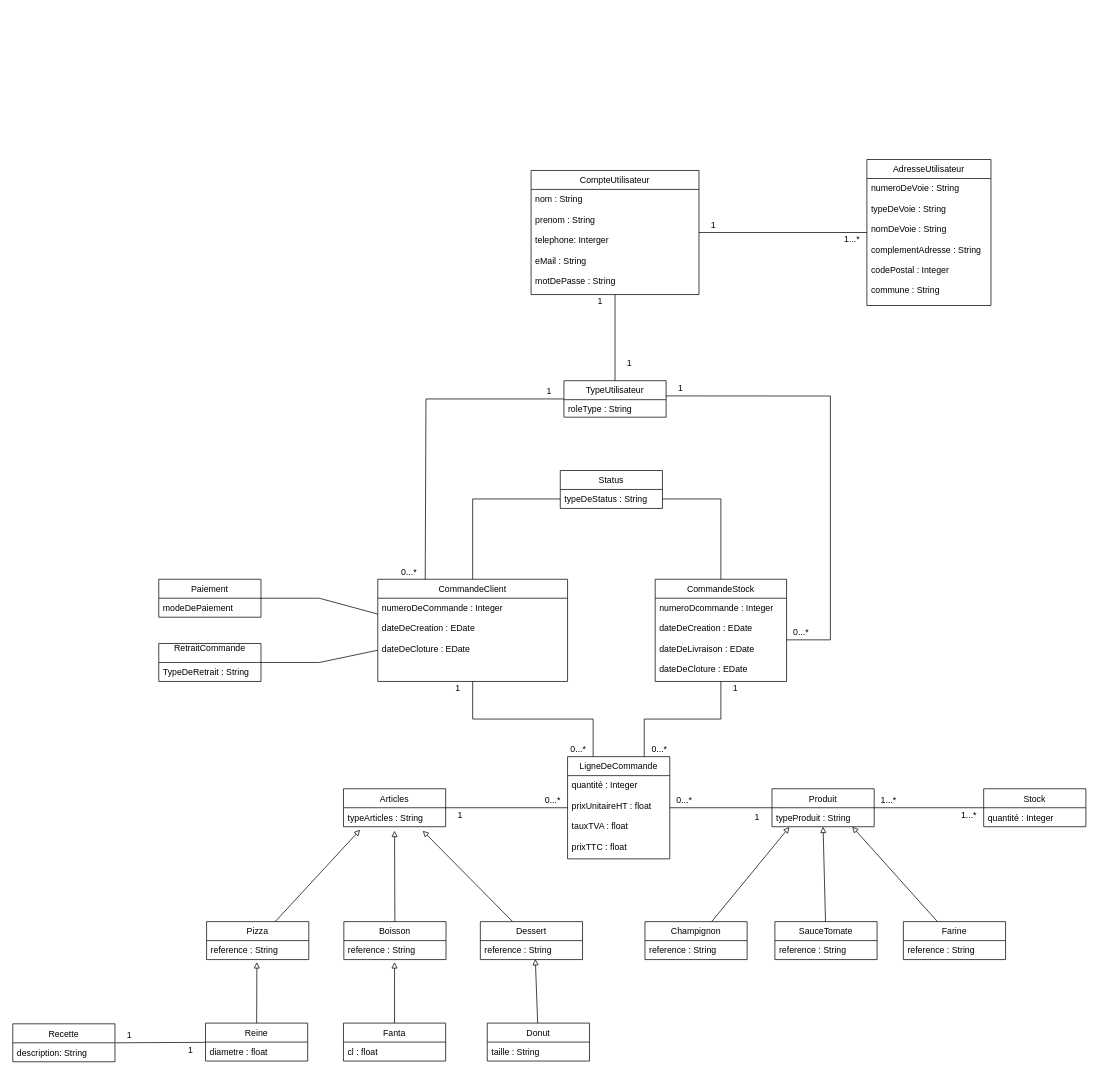
Above: Untitled Diagram TACHE 5.drawio in vinsbld/StechOcPizz (draw.io), before the change. Source tidied: cells renumbered, new cells numbered last; positions are measured from the earlier drawing's top-left corner, leaving out a move shared by most shapes. Both pictures are drawn from the tidied source at 73%, with x=0, y=0 at pixel (12, 159).
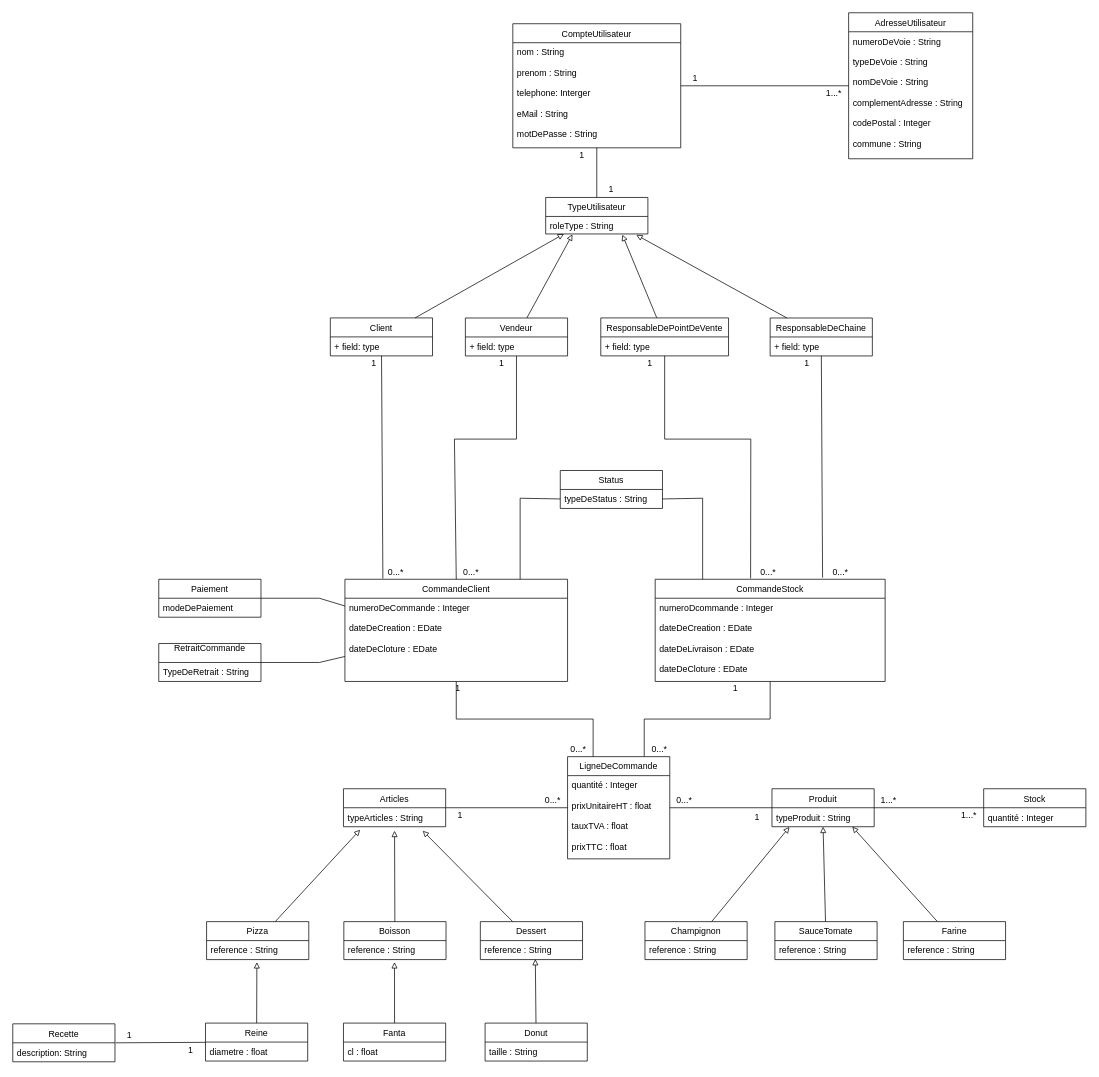
Above is the later version.

Unchanged cells that the change refers to:
```xml
<mxCell id="8" value="typeDeStatus : String&#10;" style="text;strokeColor=none;fillColor=none;align=left;verticalAlign=top;spacingLeft=4;spacingRight=4;overflow=hidden;points=[[0,0.5],[1,0.5]];portConstraint=eastwest;" parent="7" vertex="1">
  <mxGeometry y="26" width="140" height="26" as="geometry" />
</mxCell>
<mxCell id="38" value="roleType : String" style="text;strokeColor=none;fillColor=none;align=left;verticalAlign=top;spacingLeft=4;spacingRight=4;overflow=hidden;points=[[0,0.5],[1,0.5]];portConstraint=eastwest;" parent="37" vertex="1">
  <mxGeometry y="26" width="140" height="24" as="geometry" />
</mxCell>
```

What changed in the source:
```diff
@@
     <mxCell id="3" style="edgeStyle=orthogonalEdgeStyle;rounded=0;jettySize=auto;html=1;entryX=0;entryY=0.5;entryDx=0;entryDy=0;endArrow=none;endFill=0;" parent="1" edge="1" source="5" target="8">
-      <mxGeometry relative="1" as="geometry" />
+      <mxGeometry relative="1" as="geometry">
+        <Array as="points">
+          <mxPoint x="695" y="464" />
+        </Array>
+      </mxGeometry>
     </mxCell>
@@
     <mxCell id="5" value="CommandeClient" style="swimlane;fontStyle=0;horizontal=1;startSize=26;fillColor=none;" parent="1" vertex="1">
-      <mxGeometry x="500" y="575" width="260" height="140" as="geometry" />
+      <mxGeometry x="455" y="575" width="305" height="140" as="geometry" />
     </mxCell>
     <mxCell id="6" value="numeroDeCommande : Integer&#10;&#10;dateDeCreation : EDate&#10;&#10;dateDeCloture : EDate&#10;&#10;" style="text;strokeColor=none;fillColor=none;align=left;verticalAlign=top;spacingLeft=4;spacingRight=4;overflow=hidden;points=[[0,0.5],[1,0.5]];portConstraint=eastwest;" parent="5" vertex="1">
-      <mxGeometry y="26" width="260" height="114" as="geometry" />
+      <mxGeometry y="26" width="305" height="114" as="geometry" />
     </mxCell>
@@
     <mxCell id="20" style="edgeStyle=orthogonalEdgeStyle;rounded=0;jettySize=auto;html=1;entryX=1;entryY=0.5;entryDx=0;entryDy=0;endArrow=none;endFill=0;" parent="1" edge="1" source="22" target="8">
-      <mxGeometry relative="1" as="geometry" />
+      <mxGeometry relative="1" as="geometry">
+        <Array as="points">
+          <mxPoint x="945" y="464" />
+        </Array>
+      </mxGeometry>
     </mxCell>
@@
     <mxCell id="22" value="CommandeStock" style="swimlane;fontStyle=0;horizontal=1;startSize=26;fillColor=none;" parent="1" vertex="1">
-      <mxGeometry x="880" y="575" width="180" height="140" as="geometry" />
+      <mxGeometry x="880" y="575" width="315" height="140" as="geometry" />
     </mxCell>
     <mxCell id="23" value="numeroDcommande : Integer&#10;&#10;dateDeCreation : EDate&#10;&#10;dateDeLivraison : EDate&#10;&#10;dateDeCloture : EDate&#10;" style="text;strokeColor=none;fillColor=none;align=left;verticalAlign=top;spacingLeft=4;spacingRight=4;overflow=hidden;points=[[0,0.5],[1,0.5]];portConstraint=eastwest;" parent="22" vertex="1">
-      <mxGeometry y="26" width="180" height="114" as="geometry" />
+      <mxGeometry y="26" width="315" height="114" as="geometry" />
     </mxCell>
@@
     <mxCell id="27" value="CompteUtilisateur" style="swimlane;fontStyle=0;horizontal=1;startSize=26;fillColor=none;" parent="1" vertex="1">
-      <mxGeometry x="710" y="15" width="230" height="170" as="geometry" />
+      <mxGeometry x="685" y="-186" width="230" height="170" as="geometry" />
     </mxCell>
@@
     <mxCell id="29" value="AdresseUtilisateur" style="swimlane;fontStyle=0;horizontal=1;startSize=26;fillColor=none;" parent="1" vertex="1">
-      <mxGeometry x="1170" width="170" height="200" as="geometry" />
+      <mxGeometry x="1145" y="-201" width="170" height="200" as="geometry" />
     </mxCell>
@@
     <mxCell id="32" value="1" style="text;html=1;strokeColor=none;fillColor=none;align=center;verticalAlign=middle;whiteSpace=wrap;rounded=0;" parent="1" vertex="1">
-      <mxGeometry x="940" y="80" width="40" height="20" as="geometry" />
+      <mxGeometry x="915" y="-121" width="40" height="20" as="geometry" />
     </mxCell>
     <mxCell id="33" value="1...*" style="text;html=1;strokeColor=none;fillColor=none;align=center;verticalAlign=middle;whiteSpace=wrap;rounded=0;" parent="1" vertex="1">
-      <mxGeometry x="1130" y="100" width="40" height="20" as="geometry" />
+      <mxGeometry x="1105" y="-101" width="40" height="20" as="geometry" />
     </mxCell>
@@
-    <mxCell id="35" style="edgeStyle=none;rounded=0;jettySize=auto;html=1;endArrow=none;endFill=0;entryX=1;entryY=0.5;entryDx=0;entryDy=0;exitX=0.995;exitY=0.417;exitDx=0;exitDy=0;exitPerimeter=0;" parent="1" edge="1" source="37" target="23">
-      <mxGeometry relative="1" as="geometry">
-        <Array as="points">
-          <mxPoint x="1120" y="324" />
-          <mxPoint x="1120" y="658" />
-        </Array>
-      </mxGeometry>
-    </mxCell>
-    <mxCell id="36" style="edgeStyle=none;rounded=0;jettySize=auto;html=1;entryX=0.25;entryY=0;entryDx=0;entryDy=0;endArrow=none;endFill=0;" parent="1" edge="1" source="37" target="5">
-      <mxGeometry relative="1" as="geometry">
-        <Array as="points">
-          <mxPoint x="566" y="328" />
-        </Array>
-      </mxGeometry>
-    </mxCell>
     <mxCell id="37" value="TypeUtilisateur" style="swimlane;fontStyle=0;horizontal=1;startSize=26;fillColor=none;" parent="1" vertex="1">
-      <mxGeometry x="755" y="303" width="140" height="50" as="geometry" />
+      <mxGeometry x="730" y="52" width="140" height="50" as="geometry" />
     </mxCell>
@@
     <mxCell id="39" value="1" style="text;html=1;strokeColor=none;fillColor=none;align=center;verticalAlign=middle;whiteSpace=wrap;rounded=0;" parent="1" vertex="1">
-      <mxGeometry x="785" y="185" width="40" height="20" as="geometry" />
+      <mxGeometry x="760" y="-16" width="40" height="20" as="geometry" />
     </mxCell>
-    <mxCell id="40" value="1" style="text;html=1;strokeColor=none;fillColor=none;align=center;verticalAlign=middle;whiteSpace=wrap;rounded=0;" parent="1" vertex="1">
-      <mxGeometry x="825" y="270" width="40" height="20" as="geometry" />
-    </mxCell>
-    <mxCell id="41" value="1" style="text;html=1;strokeColor=none;fillColor=none;align=center;verticalAlign=middle;whiteSpace=wrap;rounded=0;" parent="1" vertex="1">
-      <mxGeometry x="895" y="303" width="40" height="20" as="geometry" />
-    </mxCell>
-    <mxCell id="42" value="0...*" style="text;html=1;strokeColor=none;fillColor=none;align=center;verticalAlign=middle;whiteSpace=wrap;rounded=0;" parent="1" vertex="1">
-      <mxGeometry x="1060" y="638" width="40" height="20" as="geometry" />
-    </mxCell>
     <mxCell id="43" value="0...*" style="text;html=1;strokeColor=none;fillColor=none;align=center;verticalAlign=middle;whiteSpace=wrap;rounded=0;" parent="1" vertex="1">
-      <mxGeometry x="523" y="555" width="40" height="20" as="geometry" />
+      <mxGeometry x="505" y="555" width="40" height="20" as="geometry" />
     </mxCell>
-    <mxCell id="44" value="1" style="text;html=1;strokeColor=none;fillColor=none;align=center;verticalAlign=middle;whiteSpace=wrap;rounded=0;" parent="1" vertex="1">
-      <mxGeometry x="715" y="308" width="40" height="20" as="geometry" />
-    </mxCell>
@@
     <mxCell id="83" value="Donut" style="swimlane;fontStyle=0;horizontal=1;startSize=26;fillColor=none;" parent="1" vertex="1">
-      <mxGeometry x="650" y="1183" width="140" height="52" as="geometry" />
+      <mxGeometry x="647" y="1183" width="140" height="52" as="geometry" />
     </mxCell>
@@
+    <mxCell id="89" value="1" style="text;html=1;strokeColor=none;fillColor=none;align=center;verticalAlign=middle;whiteSpace=wrap;rounded=0;" parent="1" vertex="1">
+      <mxGeometry x="800" y="31" width="40" height="20" as="geometry" />
+    </mxCell>
+    <mxCell id="90" style="edgeStyle=none;rounded=0;jettySize=auto;html=1;endArrow=block;endFill=0;" parent="1" edge="1" source="92">
+      <mxGeometry relative="1" as="geometry">
+        <mxPoint x="755" y="102" as="targetPoint" />
+      </mxGeometry>
+    </mxCell>
+    <mxCell id="91" style="edgeStyle=none;rounded=0;jettySize=auto;html=1;endArrow=none;endFill=0;" parent="1" edge="1" source="92">
+      <mxGeometry relative="1" as="geometry">
+        <mxPoint x="507" y="574" as="targetPoint" />
+      </mxGeometry>
+    </mxCell>
+    <mxCell id="92" value="Client" style="swimlane;fontStyle=0;horizontal=1;startSize=26;fillColor=none;" parent="1" vertex="1">
+      <mxGeometry x="435" y="217" width="140" height="52" as="geometry" />
+    </mxCell>
+    <mxCell id="93" value="+ field: type" style="text;strokeColor=none;fillColor=none;align=left;verticalAlign=top;spacingLeft=4;spacingRight=4;overflow=hidden;" parent="92" vertex="1">
+      <mxGeometry y="26" width="140" height="26" as="geometry" />
+    </mxCell>
+    <mxCell id="94" style="edgeStyle=none;rounded=0;jettySize=auto;html=1;entryX=0.262;entryY=1.024;entryDx=0;entryDy=0;entryPerimeter=0;endArrow=block;endFill=0;" parent="1" edge="1" source="96" target="38">
+      <mxGeometry relative="1" as="geometry" />
+    </mxCell>
+    <mxCell id="95" style="edgeStyle=none;rounded=0;jettySize=auto;html=1;endArrow=none;endFill=0;entryX=0.5;entryY=0;entryDx=0;entryDy=0;" parent="1" edge="1" source="96" target="5">
+      <mxGeometry relative="1" as="geometry">
+        <Array as="points">
+          <mxPoint x="690" y="383" />
+          <mxPoint x="605" y="383" />
+        </Array>
+      </mxGeometry>
+    </mxCell>
+    <mxCell id="96" value="Vendeur" style="swimlane;fontStyle=0;horizontal=1;startSize=26;fillColor=none;" parent="1" vertex="1">
+      <mxGeometry x="620" y="217.1" width="140" height="52" as="geometry" />
+    </mxCell>
+    <mxCell id="97" value="+ field: type" style="text;strokeColor=none;fillColor=none;align=left;verticalAlign=top;spacingLeft=4;spacingRight=4;overflow=hidden;" parent="96" vertex="1">
+      <mxGeometry y="26" width="140" height="26" as="geometry" />
+    </mxCell>
+    <mxCell id="98" style="edgeStyle=none;rounded=0;jettySize=auto;html=1;entryX=0.75;entryY=1.042;entryDx=0;entryDy=0;entryPerimeter=0;endArrow=block;endFill=0;" parent="1" edge="1" source="100" target="38">
+      <mxGeometry relative="1" as="geometry" />
+    </mxCell>
+    <mxCell id="99" style="edgeStyle=none;rounded=0;jettySize=auto;html=1;entryX=0.415;entryY=-0.008;entryDx=0;entryDy=0;entryPerimeter=0;endArrow=none;endFill=0;" parent="1" edge="1" source="100" target="22">
+      <mxGeometry relative="1" as="geometry">
+        <Array as="points">
+          <mxPoint x="893" y="383" />
+          <mxPoint x="1011" y="383" />
+        </Array>
+      </mxGeometry>
+    </mxCell>
+    <mxCell id="100" value="ResponsableDePointDeVente" style="swimlane;fontStyle=0;horizontal=1;startSize=26;fillColor=none;" parent="1" vertex="1">
+      <mxGeometry x="805.5" y="217" width="175" height="52" as="geometry" />
+    </mxCell>
+    <mxCell id="101" value="+ field: type" style="text;strokeColor=none;fillColor=none;align=left;verticalAlign=top;spacingLeft=4;spacingRight=4;overflow=hidden;" parent="100" vertex="1">
+      <mxGeometry y="26" width="175" height="26" as="geometry" />
+    </mxCell>
+    <mxCell id="102" style="edgeStyle=none;rounded=0;jettySize=auto;html=1;entryX=0.887;entryY=1.054;entryDx=0;entryDy=0;entryPerimeter=0;endArrow=block;endFill=0;" parent="1" edge="1" source="104" target="38">
+      <mxGeometry relative="1" as="geometry" />
+    </mxCell>
+    <mxCell id="103" style="edgeStyle=none;rounded=0;jettySize=auto;html=1;entryX=0.728;entryY=-0.016;entryDx=0;entryDy=0;entryPerimeter=0;endArrow=none;endFill=0;" parent="1" edge="1" source="104" target="22">
+      <mxGeometry relative="1" as="geometry" />
+    </mxCell>
+    <mxCell id="104" value="ResponsableDeChaine" style="swimlane;fontStyle=0;horizontal=1;startSize=26;fillColor=none;" parent="1" vertex="1">
+      <mxGeometry x="1037.5" y="217.1" width="140" height="52" as="geometry" />
+    </mxCell>
+    <mxCell id="105" value="+ field: type" style="text;strokeColor=none;fillColor=none;align=left;verticalAlign=top;spacingLeft=4;spacingRight=4;overflow=hidden;" parent="104" vertex="1">
+      <mxGeometry y="26" width="140" height="26" as="geometry" />
+    </mxCell>
+    <mxCell id="106" value="1" style="text;html=1;strokeColor=none;fillColor=none;align=center;verticalAlign=middle;whiteSpace=wrap;rounded=0;" parent="1" vertex="1">
+      <mxGeometry x="475" y="269" width="40" height="20" as="geometry" />
+    </mxCell>
+    <mxCell id="107" value="1" style="text;html=1;strokeColor=none;fillColor=none;align=center;verticalAlign=middle;whiteSpace=wrap;rounded=0;" parent="1" vertex="1">
+      <mxGeometry x="650" y="269.5" width="40" height="20" as="geometry" />
+    </mxCell>
+    <mxCell id="108" value="0...*" style="text;html=1;strokeColor=none;fillColor=none;align=center;verticalAlign=middle;whiteSpace=wrap;rounded=0;" parent="1" vertex="1">
+      <mxGeometry x="607.5" y="555" width="40" height="20" as="geometry" />
+    </mxCell>
+    <mxCell id="109" value="1" style="text;html=1;strokeColor=none;fillColor=none;align=center;verticalAlign=middle;whiteSpace=wrap;rounded=0;" parent="1" vertex="1">
+      <mxGeometry x="853" y="269.5" width="40" height="20" as="geometry" />
+    </mxCell>
+    <mxCell id="110" value="0...*" style="text;html=1;strokeColor=none;fillColor=none;align=center;verticalAlign=middle;whiteSpace=wrap;rounded=0;" parent="1" vertex="1">
+      <mxGeometry x="1014.5" y="555" width="40" height="20" as="geometry" />
+    </mxCell>
+    <mxCell id="111" value="1" style="text;html=1;strokeColor=none;fillColor=none;align=center;verticalAlign=middle;whiteSpace=wrap;rounded=0;" parent="1" vertex="1">
+      <mxGeometry x="1067.5" y="269.5" width="40" height="20" as="geometry" />
+    </mxCell>
+    <mxCell id="112" value="0...*" style="text;html=1;strokeColor=none;fillColor=none;align=center;verticalAlign=middle;whiteSpace=wrap;rounded=0;" parent="1" vertex="1">
+      <mxGeometry x="1114" y="555" width="40" height="20" as="geometry" />
+    </mxCell>
```
